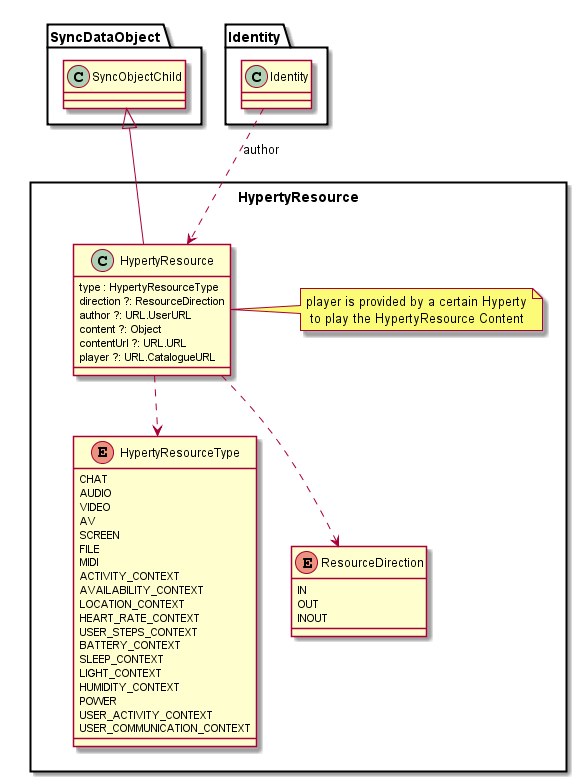
Above: docs/datamodel/data-objects/hyperty-resource/Hyperty-Resource-Data-Object-Model.png in reTHINK-project/dev-service-framework (PlantUML), before the change. The source it was exported from:
```plantuml
@startuml "../../docs/datamodel/data-objects/hyperty-resource/Hyperty-Resource-Data-Object-Model.png"

package HypertyResource <<Rect>> {

	class HypertyResource {
		type : HypertyResourceType
		direction ?: ResourceDirection
		author ?: URL.UserURL
		content ?: Object
		contentUrl ?: URL.URL
		player ?: URL.CatalogueURL
	}

	note right : player is provided by a certain Hyperty\n to play the HypertyResource Content

	enum HypertyResourceType {
		CHAT
		AUDIO
		VIDEO
		AV
		SCREEN
		FILE
		MIDI
		ACTIVITY_CONTEXT
		AVAILABILITY_CONTEXT
		LOCATION_CONTEXT
		HEART_RATE_CONTEXT
		USER_STEPS_CONTEXT
		BATTERY_CONTEXT
		SLEEP_CONTEXT
		LIGHT_CONTEXT
		HUMIDITY_CONTEXT
		POWER
		USER_ACTIVITY_CONTEXT
		USER_COMMUNICATION_CONTEXT
	}

	enum ResourceDirection {
		IN
		OUT
		INOUT
	}

	HypertyResource -up-|> SyncDataObject.SyncObjectChild
	HypertyResource ..> HypertyResourceType
	HypertyResource ..> ResourceDirection
	Identity.Identity ..> HypertyResource: author
}

@enduml
```
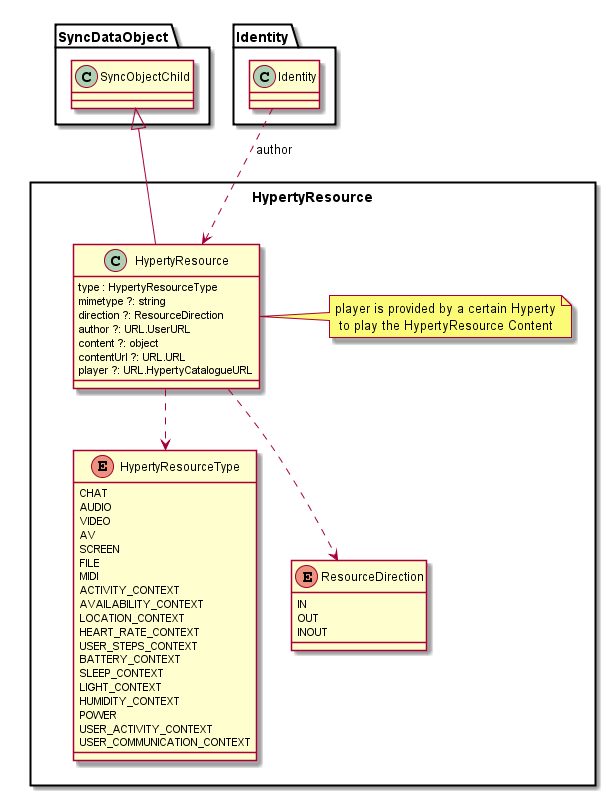
The same diagram one commit later.

Commit message:
Added "mimitype" attribute to "HypertyResource" data object:

The edit, as a diff of the source:
```diff
@@ -4,11 +4,12 @@
 
 	class HypertyResource {
 		type : HypertyResourceType
+		mimetype ?: string
 		direction ?: ResourceDirection
 		author ?: URL.UserURL
-		content ?: Object
+		content ?: object
 		contentUrl ?: URL.URL
-		player ?: URL.CatalogueURL
+		player ?: URL.HypertyCatalogueURL
 	}
 
 	note right : player is provided by a certain Hyperty\n to play the HypertyResource Content
@@ -45,6 +46,7 @@
 	HypertyResource ..> HypertyResourceType
 	HypertyResource ..> ResourceDirection
 	Identity.Identity ..> HypertyResource: author
+
 }
 
 @enduml
```
